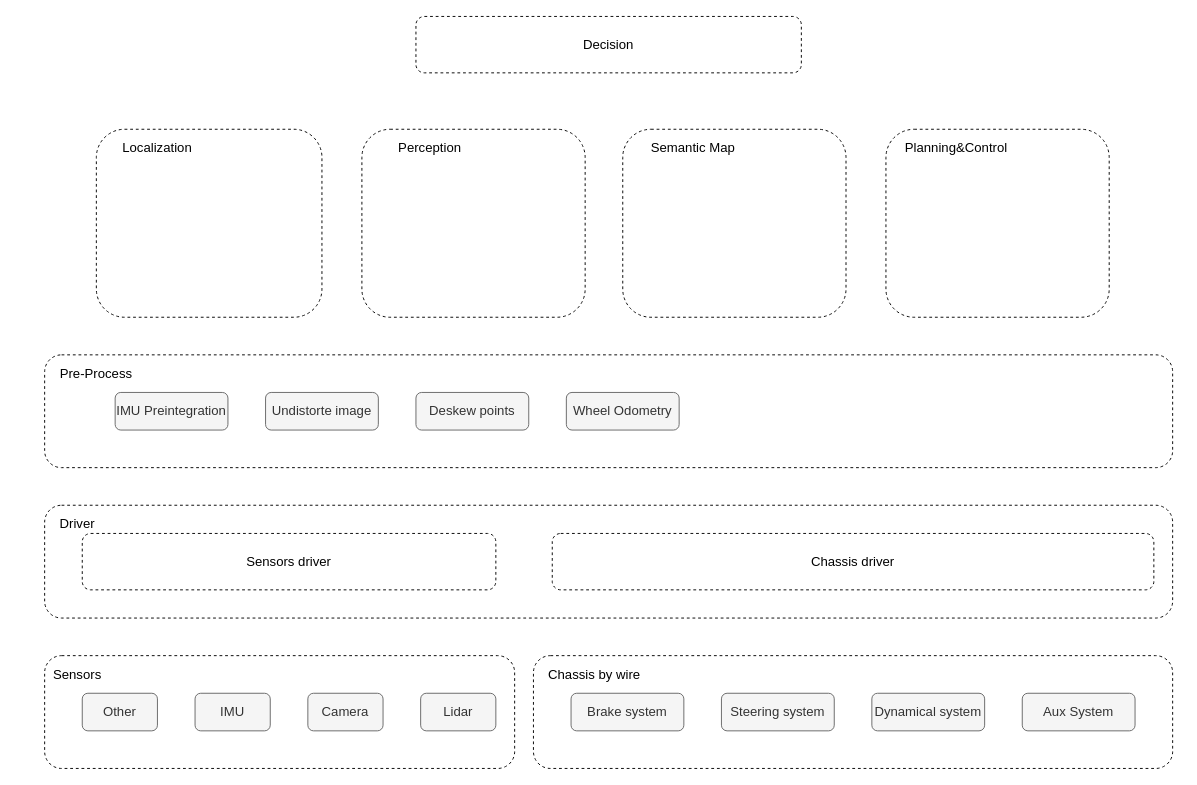
mMikaa00/For_draw_io keeps this draw.io diagram as ADU_system_structure.drawio. Above is the earlier version. Source tidied: cells renumbered, new cells numbered last; positions are measured from the earlier drawing's top-left corner, leaving out a move shared by most shapes. Both pictures are drawn from the tidied source at 94%, with x=0, y=0 at pixel (16, 16).
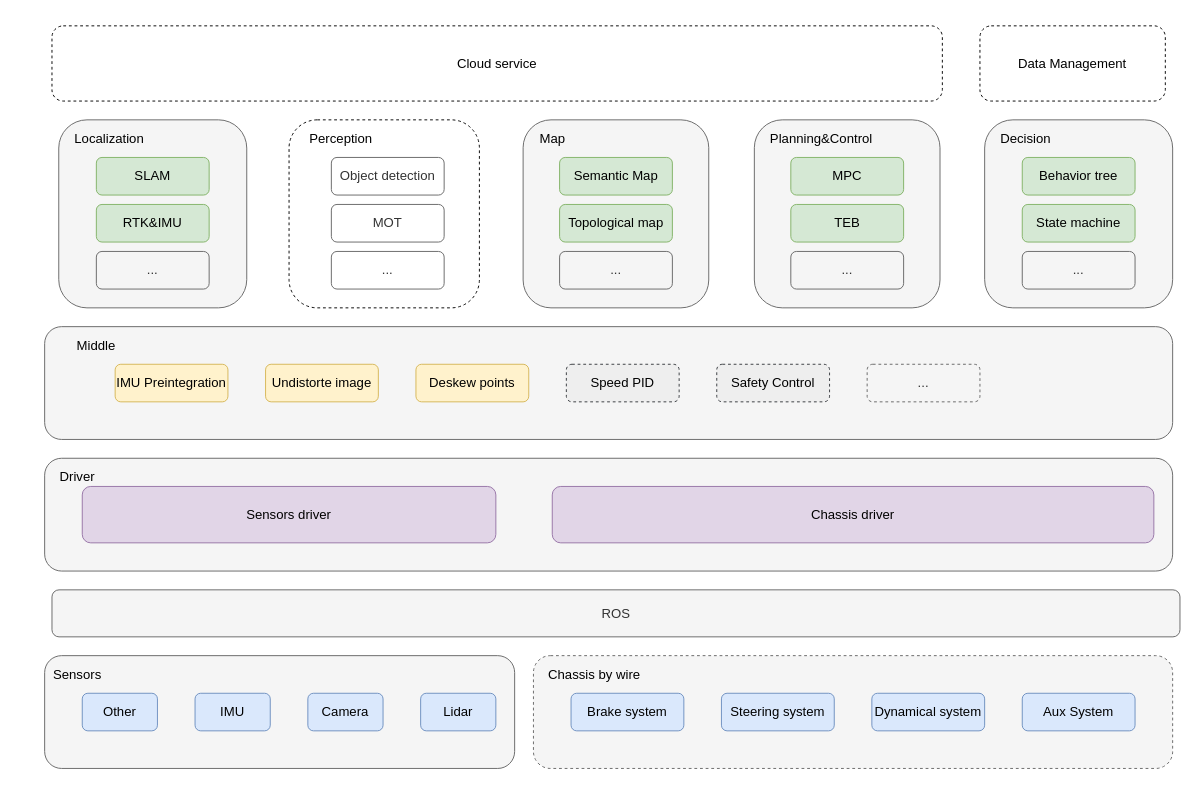
The same page after the edit.

Diff of the diagram source:
```diff
@@
-    <mxCell id="2" style="rounded=1;whiteSpace=wrap;html=1;fontSize=14;dashed=1;fillColor=none;" parent="1" vertex="1">
+    <mxCell id="2" style="rounded=1;whiteSpace=wrap;html=1;fontSize=14;fillColor=#f5f5f5;strokeColor=#666666;fontColor=#333333;" parent="1" vertex="1">
       <mxGeometry x="30" y="680" width="500" height="120" as="geometry" />
     </mxCell>
-    <mxCell id="3" style="rounded=1;whiteSpace=wrap;html=1;fontSize=14;dashed=1;fillColor=none;" parent="1" vertex="1">
+    <mxCell id="3" style="rounded=1;whiteSpace=wrap;html=1;fontSize=14;dashed=1;fillColor=#f5f5f5;strokeColor=#666666;fontColor=#333333;" parent="1" vertex="1">
       <mxGeometry x="550" y="680" width="680" height="120" as="geometry" />
     </mxCell>
-    <mxCell id="4" value="Brake system" style="rounded=1;whiteSpace=wrap;html=1;fontSize=14;fillColor=#f5f5f5;strokeColor=#666666;fontColor=#333333;" parent="1" vertex="1">
+    <mxCell id="4" value="Brake system" style="rounded=1;whiteSpace=wrap;html=1;fontSize=14;fillColor=#dae8fc;strokeColor=#6c8ebf;" parent="1" vertex="1">
       <mxGeometry x="590" y="720" width="120" height="40" as="geometry" />
     </mxCell>
-    <mxCell id="5" value="Steering system" style="rounded=1;whiteSpace=wrap;html=1;fontSize=14;fillColor=#f5f5f5;strokeColor=#666666;fontColor=#333333;" parent="1" vertex="1">
+    <mxCell id="5" value="Steering system" style="rounded=1;whiteSpace=wrap;html=1;fontSize=14;fillColor=#dae8fc;strokeColor=#6c8ebf;" parent="1" vertex="1">
       <mxGeometry x="750" y="720" width="120" height="40" as="geometry" />
     </mxCell>
-    <mxCell id="6" value="Dynamical system" style="rounded=1;whiteSpace=wrap;html=1;fontSize=14;fillColor=#f5f5f5;strokeColor=#666666;fontColor=#333333;" parent="1" vertex="1">
+    <mxCell id="6" value="Dynamical system" style="rounded=1;whiteSpace=wrap;html=1;fontSize=14;fillColor=#dae8fc;strokeColor=#6c8ebf;" parent="1" vertex="1">
       <mxGeometry x="910" y="720" width="120" height="40" as="geometry" />
     </mxCell>
-    <mxCell id="7" value="Aux System" style="rounded=1;whiteSpace=wrap;html=1;fontSize=14;fillColor=#f5f5f5;strokeColor=#666666;fontColor=#333333;" parent="1" vertex="1">
+    <mxCell id="7" value="Aux System" style="rounded=1;whiteSpace=wrap;html=1;fontSize=14;fillColor=#dae8fc;strokeColor=#6c8ebf;" parent="1" vertex="1">
       <mxGeometry x="1070" y="720" width="120" height="40" as="geometry" />
     </mxCell>
@@
-    <mxCell id="9" value="Lidar" style="rounded=1;whiteSpace=wrap;html=1;fontSize=14;fillColor=#f5f5f5;strokeColor=#666666;fontColor=#333333;" parent="1" vertex="1">
+    <mxCell id="9" value="Lidar" style="rounded=1;whiteSpace=wrap;html=1;fontSize=14;fillColor=#dae8fc;strokeColor=#6c8ebf;" parent="1" vertex="1">
       <mxGeometry x="430" y="720" width="80" height="40" as="geometry" />
     </mxCell>
-    <mxCell id="10" value="Camera" style="rounded=1;whiteSpace=wrap;html=1;fontSize=14;fillColor=#f5f5f5;strokeColor=#666666;fontColor=#333333;" parent="1" vertex="1">
+    <mxCell id="10" value="Camera" style="rounded=1;whiteSpace=wrap;html=1;fontSize=14;fillColor=#dae8fc;strokeColor=#6c8ebf;" parent="1" vertex="1">
       <mxGeometry x="310" y="720" width="80" height="40" as="geometry" />
     </mxCell>
-    <mxCell id="11" value="IMU" style="rounded=1;whiteSpace=wrap;html=1;fontSize=14;fillColor=#f5f5f5;strokeColor=#666666;fontColor=#333333;" parent="1" vertex="1">
+    <mxCell id="11" value="IMU" style="rounded=1;whiteSpace=wrap;html=1;fontSize=14;fillColor=#dae8fc;strokeColor=#6c8ebf;" parent="1" vertex="1">
       <mxGeometry x="190" y="720" width="80" height="40" as="geometry" />
     </mxCell>
-    <mxCell id="12" value="Other" style="rounded=1;whiteSpace=wrap;html=1;fontSize=14;fillColor=#f5f5f5;strokeColor=#666666;fontColor=#333333;" parent="1" vertex="1">
+    <mxCell id="12" value="Other" style="rounded=1;whiteSpace=wrap;html=1;fontSize=14;fillColor=#dae8fc;strokeColor=#6c8ebf;" parent="1" vertex="1">
       <mxGeometry x="70" y="720" width="80" height="40" as="geometry" />
     </mxCell>
@@
-    <mxCell id="14" style="rounded=1;whiteSpace=wrap;html=1;fontSize=14;dashed=1;fillColor=none;" parent="1" vertex="1">
-      <mxGeometry x="30" y="520" width="1200" height="120" as="geometry" />
+    <mxCell id="14" style="rounded=1;whiteSpace=wrap;html=1;fontSize=14;fillColor=#f5f5f5;strokeColor=#666666;fontColor=#333333;" parent="1" vertex="1">
+      <mxGeometry x="30" y="470" width="1200" height="120" as="geometry" />
     </mxCell>
-    <mxCell id="15" value="Chassis driver" style="rounded=1;whiteSpace=wrap;html=1;fontSize=14;dashed=1;fillColor=none;" parent="1" vertex="1">
-      <mxGeometry x="570" y="550" width="640" height="60" as="geometry" />
+    <mxCell id="15" value="Chassis driver" style="rounded=1;whiteSpace=wrap;html=1;fontSize=14;fillColor=#e1d5e7;strokeColor=#9673a6;" parent="1" vertex="1">
+      <mxGeometry x="570" y="500" width="640" height="60" as="geometry" />
     </mxCell>
-    <mxCell id="16" value="Sensors driver" style="rounded=1;whiteSpace=wrap;html=1;fontSize=14;dashed=1;fillColor=none;" parent="1" vertex="1">
-      <mxGeometry x="70" y="550" width="440" height="60" as="geometry" />
+    <mxCell id="16" value="Sensors driver" style="rounded=1;whiteSpace=wrap;html=1;fontSize=14;fillColor=#e1d5e7;strokeColor=#9673a6;" parent="1" vertex="1">
+      <mxGeometry x="70" y="500" width="440" height="60" as="geometry" />
     </mxCell>
     <mxCell id="17" value="Driver" style="text;html=1;strokeColor=none;fillColor=none;align=center;verticalAlign=middle;whiteSpace=wrap;rounded=0;dashed=1;fontSize=14;" parent="1" vertex="1">
-      <mxGeometry y="530" width="130" height="20" as="geometry" />
+      <mxGeometry y="480" width="130" height="20" as="geometry" />
     </mxCell>
-    <mxCell id="18" style="rounded=1;whiteSpace=wrap;html=1;fontSize=14;dashed=1;fillColor=none;" parent="1" vertex="1">
-      <mxGeometry x="30" y="360" width="1200" height="120" as="geometry" />
+    <mxCell id="18" style="rounded=1;whiteSpace=wrap;html=1;fontSize=14;fillColor=#f5f5f5;strokeColor=#666666;fontColor=#333333;" parent="1" vertex="1">
+      <mxGeometry x="30" y="330" width="1200" height="120" as="geometry" />
     </mxCell>
-    <mxCell id="19" value="Pre-Process" style="text;html=1;strokeColor=none;fillColor=none;align=center;verticalAlign=middle;whiteSpace=wrap;rounded=0;dashed=1;fontSize=14;" parent="1" vertex="1">
-      <mxGeometry x="20" y="370" width="130" height="20" as="geometry" />
+    <mxCell id="19" value="Middle" style="text;html=1;strokeColor=none;fillColor=none;align=center;verticalAlign=middle;whiteSpace=wrap;rounded=0;dashed=1;fontSize=14;" parent="1" vertex="1">
+      <mxGeometry x="20" y="340" width="130" height="20" as="geometry" />
     </mxCell>
-    <mxCell id="20" value="Undistorte image" style="rounded=1;whiteSpace=wrap;html=1;fontSize=14;fillColor=#f5f5f5;strokeColor=#666666;fontColor=#333333;" parent="1" vertex="1">
-      <mxGeometry x="265" y="400" width="120" height="40" as="geometry" />
+    <mxCell id="20" value="Undistorte image" style="rounded=1;whiteSpace=wrap;html=1;fontSize=14;fillColor=#fff2cc;strokeColor=#d6b656;" parent="1" vertex="1">
+      <mxGeometry x="265" y="370" width="120" height="40" as="geometry" />
     </mxCell>
-    <mxCell id="21" value="Deskew points" style="rounded=1;whiteSpace=wrap;html=1;fontSize=14;fillColor=#f5f5f5;strokeColor=#666666;fontColor=#333333;" parent="1" vertex="1">
-      <mxGeometry x="425" y="400" width="120" height="40" as="geometry" />
+    <mxCell id="21" value="Deskew points" style="rounded=1;whiteSpace=wrap;html=1;fontSize=14;fillColor=#fff2cc;strokeColor=#d6b656;" parent="1" vertex="1">
+      <mxGeometry x="425" y="370" width="120" height="40" as="geometry" />
     </mxCell>
-    <mxCell id="22" style="rounded=1;whiteSpace=wrap;html=1;fontSize=14;dashed=1;fillColor=none;" parent="1" vertex="1">
-      <mxGeometry x="85" y="120" width="240" height="200" as="geometry" />
+    <mxCell id="22" style="rounded=1;whiteSpace=wrap;html=1;fontSize=14;fillColor=#f5f5f5;strokeColor=#666666;fontColor=#333333;" parent="1" vertex="1">
+      <mxGeometry x="45" y="110" width="200" height="200" as="geometry" />
     </mxCell>
     <mxCell id="23" style="rounded=1;whiteSpace=wrap;html=1;fontSize=14;dashed=1;fillColor=none;" parent="1" vertex="1">
-      <mxGeometry x="367.5" y="120" width="237.5" height="200" as="geometry" />
+      <mxGeometry x="290" y="110" width="202.5" height="200" as="geometry" />
     </mxCell>
-    <mxCell id="24" style="rounded=1;whiteSpace=wrap;html=1;fontSize=14;dashed=1;fillColor=none;" parent="1" vertex="1">
-      <mxGeometry x="645" y="120" width="237.5" height="200" as="geometry" />
+    <mxCell id="24" style="rounded=1;whiteSpace=wrap;html=1;fontSize=14;fillColor=#f5f5f5;strokeColor=#666666;fontColor=#333333;" parent="1" vertex="1">
+      <mxGeometry x="539" y="110" width="197.5" height="200" as="geometry" />
     </mxCell>
-    <mxCell id="25" style="rounded=1;whiteSpace=wrap;html=1;fontSize=14;dashed=1;fillColor=none;" parent="1" vertex="1">
-      <mxGeometry x="925" y="120" width="237.5" height="200" as="geometry" />
+    <mxCell id="25" style="rounded=1;whiteSpace=wrap;html=1;fontSize=14;fillColor=#f5f5f5;strokeColor=#666666;fontColor=#333333;" parent="1" vertex="1">
+      <mxGeometry x="785" y="110" width="197.5" height="200" as="geometry" />
     </mxCell>
-    <mxCell id="26" value="Decision" style="rounded=1;whiteSpace=wrap;html=1;dashed=1;fontSize=14;fillColor=none;" parent="1" vertex="1">
-      <mxGeometry x="425" width="410" height="60" as="geometry" />
+    <mxCell id="26" style="rounded=1;whiteSpace=wrap;html=1;fontSize=14;fillColor=#f5f5f5;strokeColor=#666666;fontColor=#333333;" parent="1" vertex="1">
+      <mxGeometry x="1030" y="110" width="200" height="200" as="geometry" />
     </mxCell>
-    <mxCell id="27" value="Localization" style="text;html=1;strokeColor=none;fillColor=none;align=center;verticalAlign=middle;whiteSpace=wrap;rounded=0;dashed=1;fontSize=14;" parent="1" vertex="1">
-      <mxGeometry x="85" y="130" width="130" height="20" as="geometry" />
+    <mxCell id="27" value="Localization" style="text;html=1;strokeColor=none;fillColor=none;align=left;verticalAlign=middle;whiteSpace=wrap;rounded=0;dashed=1;fontSize=14;" parent="1" vertex="1">
+      <mxGeometry x="60" y="120" width="130" height="20" as="geometry" />
     </mxCell>
-    <mxCell id="28" value="Perception" style="text;html=1;strokeColor=none;fillColor=none;align=center;verticalAlign=middle;whiteSpace=wrap;rounded=0;dashed=1;fontSize=14;" parent="1" vertex="1">
-      <mxGeometry x="375" y="130" width="130" height="20" as="geometry" />
+    <mxCell id="28" value="Perception" style="text;html=1;strokeColor=none;fillColor=none;align=left;verticalAlign=middle;whiteSpace=wrap;rounded=0;dashed=1;fontSize=14;" parent="1" vertex="1">
+      <mxGeometry x="310" y="120" width="130" height="20" as="geometry" />
     </mxCell>
-    <mxCell id="29" value="Semantic Map" style="text;html=1;strokeColor=none;fillColor=none;align=center;verticalAlign=middle;whiteSpace=wrap;rounded=0;dashed=1;fontSize=14;" parent="1" vertex="1">
-      <mxGeometry x="655" y="130" width="130" height="20" as="geometry" />
+    <mxCell id="29" value="Map" style="text;html=1;strokeColor=none;fillColor=none;align=left;verticalAlign=middle;whiteSpace=wrap;rounded=0;fontSize=14;" parent="1" vertex="1">
+      <mxGeometry x="555" y="120" width="130" height="20" as="geometry" />
     </mxCell>
-    <mxCell id="30" value="Planning&amp;amp;Control" style="text;html=1;strokeColor=none;fillColor=none;align=center;verticalAlign=middle;whiteSpace=wrap;rounded=0;dashed=1;fontSize=14;" parent="1" vertex="1">
-      <mxGeometry x="935" y="130" width="130" height="20" as="geometry" />
+    <mxCell id="30" value="Planning&amp;amp;Control" style="text;html=1;strokeColor=none;fillColor=none;align=left;verticalAlign=middle;whiteSpace=wrap;rounded=0;dashed=1;fontSize=14;" parent="1" vertex="1">
+      <mxGeometry x="800" y="120" width="130" height="20" as="geometry" />
     </mxCell>
-    <mxCell id="31" value="IMU Preintegration" style="rounded=1;whiteSpace=wrap;html=1;fontSize=14;fillColor=#f5f5f5;strokeColor=#666666;fontColor=#333333;" parent="1" vertex="1">
-      <mxGeometry x="105" y="400" width="120" height="40" as="geometry" />
+    <mxCell id="31" value="IMU Preintegration" style="rounded=1;whiteSpace=wrap;html=1;fontSize=14;fillColor=#fff2cc;strokeColor=#d6b656;" parent="1" vertex="1">
+      <mxGeometry x="105" y="370" width="120" height="40" as="geometry" />
     </mxCell>
-    <mxCell id="32" value="Wheel Odometry" style="rounded=1;whiteSpace=wrap;html=1;fontSize=14;fillColor=#f5f5f5;strokeColor=#666666;fontColor=#333333;" parent="1" vertex="1">
-      <mxGeometry x="585" y="400" width="120" height="40" as="geometry" />
+    <mxCell id="32" value="Speed PID" style="rounded=1;whiteSpace=wrap;html=1;fontSize=14;fillColor=#eeeeee;strokeColor=#36393d;dashed=1;" parent="1" vertex="1">
+      <mxGeometry x="585" y="370" width="120" height="40" as="geometry" />
     </mxCell>
+    <mxCell id="33" value="Safety Control" style="rounded=1;whiteSpace=wrap;html=1;fontSize=14;fillColor=#eeeeee;strokeColor=#36393d;dashed=1;" parent="1" vertex="1">
+      <mxGeometry x="745" y="370" width="120" height="40" as="geometry" />
+    </mxCell>
+    <mxCell id="34" value="..." style="rounded=1;whiteSpace=wrap;html=1;fontSize=14;fillColor=#f5f5f5;strokeColor=#666666;fontColor=#333333;dashed=1;" parent="1" vertex="1">
+      <mxGeometry x="905" y="370" width="120" height="40" as="geometry" />
+    </mxCell>
+    <mxCell id="35" value="SLAM" style="rounded=1;whiteSpace=wrap;html=1;fontSize=14;fillColor=#d5e8d4;strokeColor=#82b366;" parent="1" vertex="1">
+      <mxGeometry x="85" y="150" width="120" height="40" as="geometry" />
+    </mxCell>
+    <mxCell id="36" value="RTK&amp;amp;IMU" style="rounded=1;whiteSpace=wrap;html=1;fontSize=14;fillColor=#d5e8d4;strokeColor=#82b366;" parent="1" vertex="1">
+      <mxGeometry x="85" y="200" width="120" height="40" as="geometry" />
+    </mxCell>
+    <mxCell id="37" value="..." style="rounded=1;whiteSpace=wrap;html=1;fontSize=14;fillColor=#f5f5f5;strokeColor=#666666;fontColor=#333333;" parent="1" vertex="1">
+      <mxGeometry x="85" y="250" width="120" height="40" as="geometry" />
+    </mxCell>
+    <mxCell id="38" value="Object detection" style="rounded=1;whiteSpace=wrap;html=1;fontSize=14;strokeColor=#666666;fontColor=#333333;fillColor=none;" parent="1" vertex="1">
+      <mxGeometry x="335" y="150" width="120" height="40" as="geometry" />
+    </mxCell>
+    <mxCell id="39" value="MOT" style="rounded=1;whiteSpace=wrap;html=1;fontSize=14;strokeColor=#666666;fontColor=#333333;fillColor=none;" parent="1" vertex="1">
+      <mxGeometry x="335" y="200" width="120" height="40" as="geometry" />
+    </mxCell>
+    <mxCell id="40" value="..." style="rounded=1;whiteSpace=wrap;html=1;fontSize=14;strokeColor=#666666;fontColor=#333333;fillColor=none;" parent="1" vertex="1">
+      <mxGeometry x="335" y="250" width="120" height="40" as="geometry" />
+    </mxCell>
+    <mxCell id="41" value="&lt;span style=&quot;color: rgb(0 , 0 , 0)&quot;&gt;Semantic Map&lt;/span&gt;" style="rounded=1;whiteSpace=wrap;html=1;fontSize=14;fillColor=#d5e8d4;strokeColor=#82b366;" parent="1" vertex="1">
+      <mxGeometry x="577.8" y="150" width="120" height="40" as="geometry" />
+    </mxCell>
+    <mxCell id="42" value="Topological map" style="rounded=1;whiteSpace=wrap;html=1;fontSize=14;fillColor=#d5e8d4;strokeColor=#82b366;" parent="1" vertex="1">
+      <mxGeometry x="577.8" y="200" width="120" height="40" as="geometry" />
+    </mxCell>
+    <mxCell id="43" value="..." style="rounded=1;whiteSpace=wrap;html=1;fontSize=14;fillColor=#f5f5f5;strokeColor=#666666;fontColor=#333333;" parent="1" vertex="1">
+      <mxGeometry x="577.8" y="250" width="120" height="40" as="geometry" />
+    </mxCell>
+    <mxCell id="44" value="MPC" style="rounded=1;whiteSpace=wrap;html=1;fontSize=14;fillColor=#d5e8d4;strokeColor=#82b366;" parent="1" vertex="1">
+      <mxGeometry x="823.8" y="150" width="120" height="40" as="geometry" />
+    </mxCell>
+    <mxCell id="45" value="TEB" style="rounded=1;whiteSpace=wrap;html=1;fontSize=14;fillColor=#d5e8d4;strokeColor=#82b366;" parent="1" vertex="1">
+      <mxGeometry x="823.8" y="200" width="120" height="40" as="geometry" />
+    </mxCell>
+    <mxCell id="46" value="..." style="rounded=1;whiteSpace=wrap;html=1;fontSize=14;fillColor=#f5f5f5;strokeColor=#666666;fontColor=#333333;" parent="1" vertex="1">
+      <mxGeometry x="823.8" y="250" width="120" height="40" as="geometry" />
+    </mxCell>
+    <mxCell id="47" value="&lt;span style=&quot;text-align: center&quot;&gt;Decision&lt;/span&gt;" style="text;html=1;strokeColor=none;fillColor=none;align=left;verticalAlign=middle;whiteSpace=wrap;rounded=0;dashed=1;fontSize=14;" parent="1" vertex="1">
+      <mxGeometry x="1045" y="120" width="130" height="20" as="geometry" />
+    </mxCell>
+    <mxCell id="48" value="Behavior tree" style="rounded=1;whiteSpace=wrap;html=1;fontSize=14;fillColor=#d5e8d4;strokeColor=#82b366;" parent="1" vertex="1">
+      <mxGeometry x="1070" y="150" width="120" height="40" as="geometry" />
+    </mxCell>
+    <mxCell id="49" value="State machine" style="rounded=1;whiteSpace=wrap;html=1;fontSize=14;fillColor=#d5e8d4;strokeColor=#82b366;" parent="1" vertex="1">
+      <mxGeometry x="1070" y="200" width="120" height="40" as="geometry" />
+    </mxCell>
+    <mxCell id="50" value="..." style="rounded=1;whiteSpace=wrap;html=1;fontSize=14;fillColor=#f5f5f5;strokeColor=#666666;fontColor=#333333;" parent="1" vertex="1">
+      <mxGeometry x="1070" y="250" width="120" height="40" as="geometry" />
+    </mxCell>
+    <mxCell id="51" value="ROS" style="rounded=1;whiteSpace=wrap;html=1;fontSize=14;fillColor=#f5f5f5;strokeColor=#666666;fontColor=#333333;" parent="1" vertex="1">
+      <mxGeometry x="37.8" y="610" width="1200" height="50" as="geometry" />
+    </mxCell>
+    <mxCell id="52" value="Cloud service" style="rounded=1;whiteSpace=wrap;html=1;fontSize=14;dashed=1;fillColor=none;" parent="1" vertex="1">
+      <mxGeometry x="37.8" y="10" width="947.2" height="80" as="geometry" />
+    </mxCell>
+    <mxCell id="53" value="Data Management" style="rounded=1;whiteSpace=wrap;html=1;fontSize=14;dashed=1;fillColor=none;" parent="1" vertex="1">
+      <mxGeometry x="1025" y="10" width="197.2" height="80" as="geometry" />
+    </mxCell>
```
